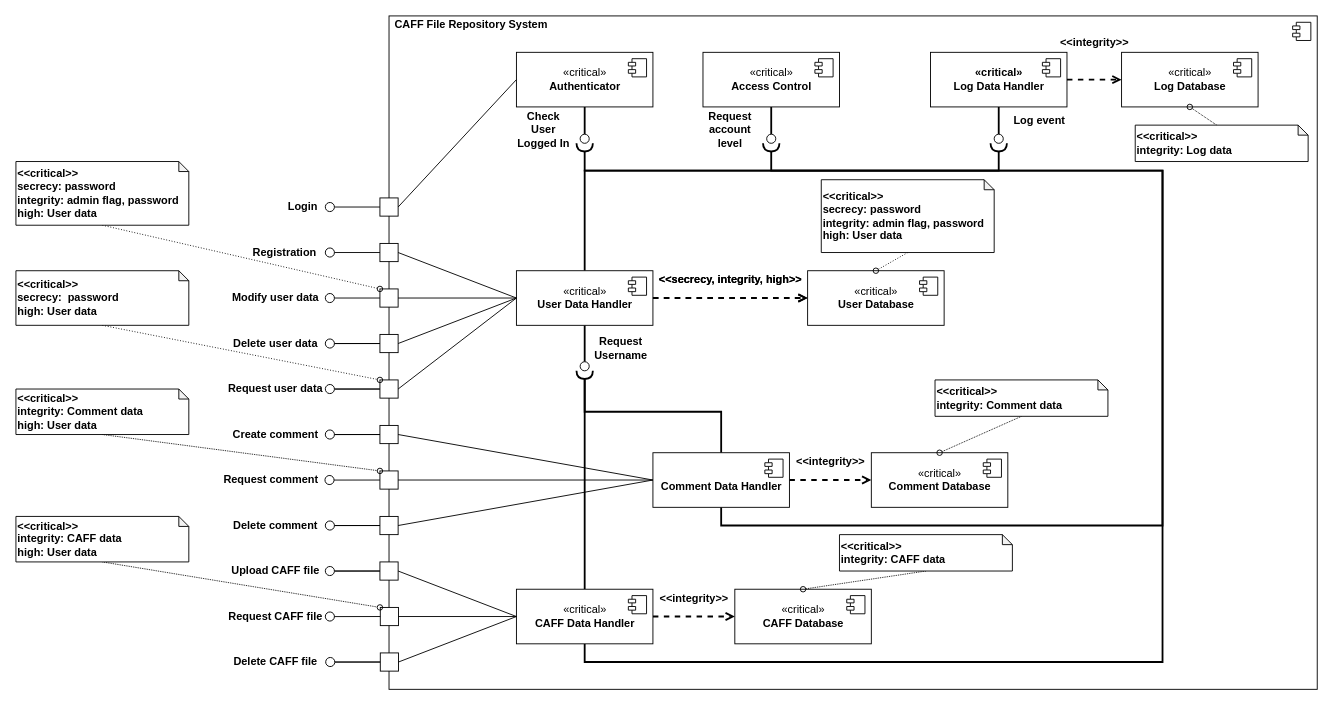
This is Documentation/Component-Diagram.drawio from nemkrisz11/Computer-Security-Homework-2021-SHAjt, a draw.io file, before an edit. Source tidied: cells renumbered, new cells numbered last; positions are measured from the earlier drawing's top-left corner, leaving out a move shared by most shapes. Both pictures are drawn from the tidied source at 91%, with x=0, y=0 at pixel (15, 15).
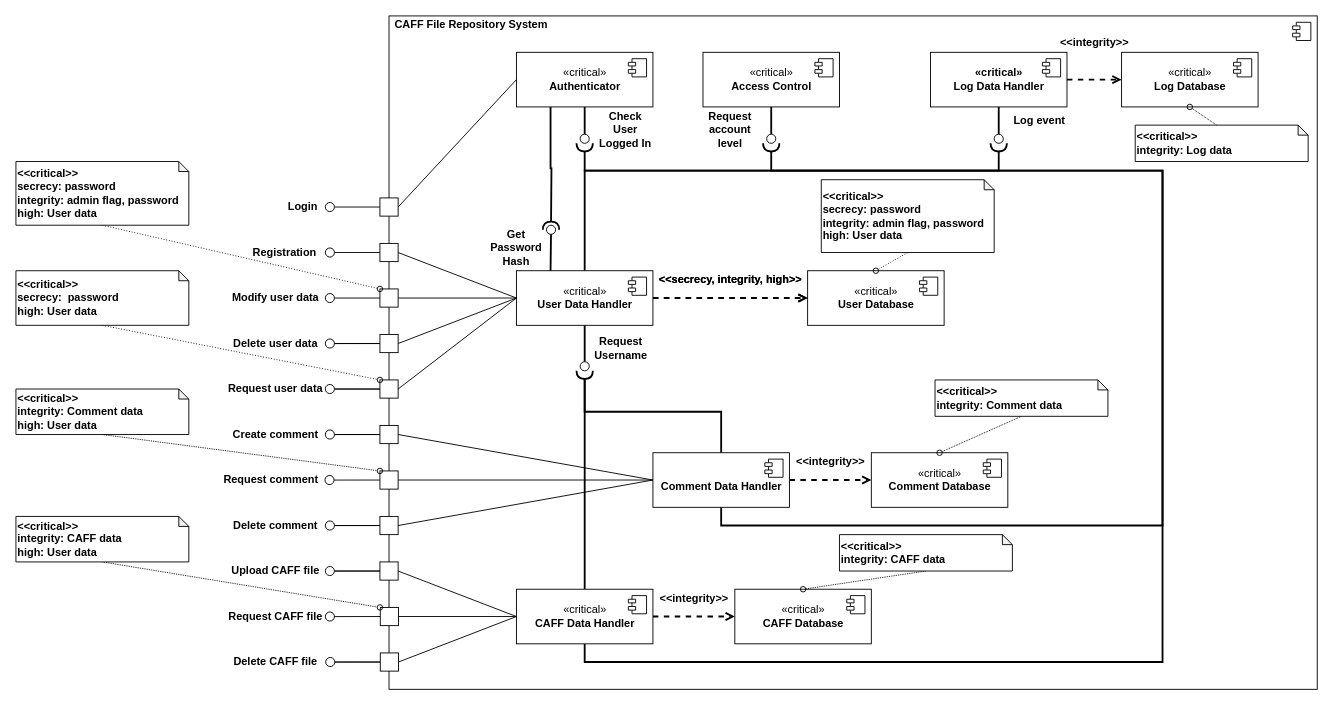
The same diagram, later.

Commit message (it also covers changes not shown here):
Added new interface to component diagram

Unchanged cells that the change refers to:
```xml
<mxCell id="8" value="&lt;div&gt;«critical»&lt;/div&gt;&lt;div&gt;&lt;b&gt;User Data Handler&lt;/b&gt;&lt;/div&gt;" style="html=1;" parent="1" vertex="1">
  <mxGeometry x="550" y="280" width="150" height="60" as="geometry" />
</mxCell>
<mxCell id="120" value="&lt;div&gt;«critical»&lt;/div&gt;&lt;div&gt;&lt;b&gt;Authenticator&lt;/b&gt;&lt;/div&gt;" style="html=1;" parent="1" vertex="1">
  <mxGeometry x="550" y="40" width="150" height="60" as="geometry" />
</mxCell>
```

What changed in the source:
```diff
@@
+    <mxCell id="149" style="edgeStyle=orthogonalEdgeStyle;rounded=0;jettySize=auto;html=1;exitX=0.25;exitY=1;exitDx=0;exitDy=0;endArrow=halfCircle;endFill=0;strokeWidth=2;" parent="1" edge="1" source="120">
+      <mxGeometry relative="1" as="geometry">
+        <mxPoint x="588" y="235" as="targetPoint" />
+      </mxGeometry>
+    </mxCell>
@@
     <mxCell id="129" value="&lt;div&gt;&lt;b&gt;Check&lt;/b&gt;&lt;/div&gt;&lt;div&gt;&lt;b&gt;User&lt;/b&gt;&lt;/div&gt;&lt;div&gt;&lt;b&gt;Logged In&lt;/b&gt;&lt;/div&gt;" style="text;html=1;strokeColor=none;fillColor=none;align=center;verticalAlign=middle;whiteSpace=wrap;rounded=0;" parent="1" vertex="1">
-      <mxGeometry x="540" y="110" width="80" height="30" as="geometry" />
+      <mxGeometry x="630" y="110" width="80" height="30" as="geometry" />
     </mxCell>
@@
+    <mxCell id="150" style="edgeStyle=none;rounded=0;jettySize=auto;html=1;exitX=0.25;exitY=0;exitDx=0;exitDy=0;endArrow=none;endFill=0;strokeWidth=2;" parent="1" edge="1" source="8">
+      <mxGeometry relative="1" as="geometry">
+        <mxPoint x="588" y="240" as="targetPoint" />
+      </mxGeometry>
+    </mxCell>
+    <mxCell id="151" style="group;" parent="1" vertex="1">
+      <mxGeometry x="583" y="230" width="10" height="10" as="geometry" />
+    </mxCell>
+    <mxCell id="152" style="group;" parent="151" vertex="1">
+      <mxGeometry width="10" height="10" as="geometry" />
+    </mxCell>
+    <mxCell id="153" style="ellipse;whiteSpace=wrap;html=1;align=center;sketch=0;rotation=-180;" parent="152" vertex="1">
+      <mxGeometry width="10" height="10" as="geometry" />
+    </mxCell>
+    <mxCell id="154" value="&lt;b&gt;Get Password Hash&lt;br&gt;&lt;/b&gt;" style="text;html=1;strokeColor=none;fillColor=none;align=center;verticalAlign=middle;whiteSpace=wrap;rounded=0;" parent="1" vertex="1">
+      <mxGeometry x="510" y="240" width="80" height="30" as="geometry" />
+    </mxCell>
```
